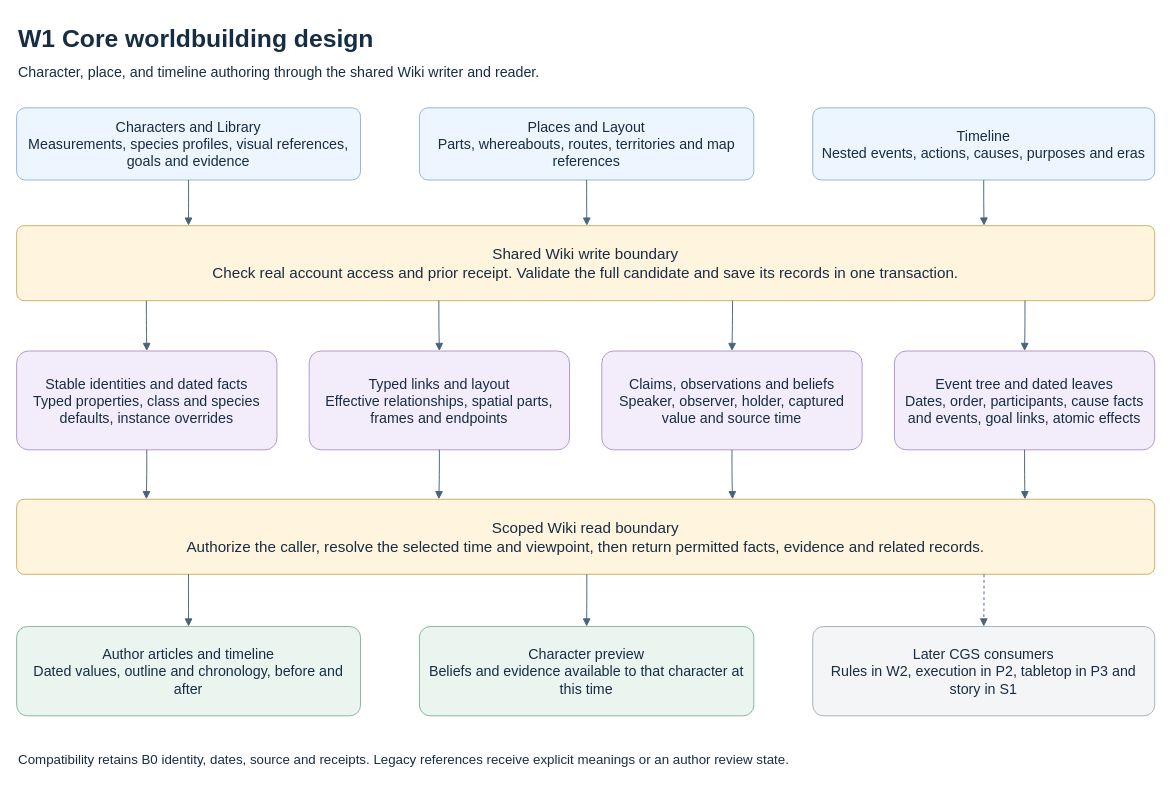
The draw.io diagram page "W1 Core worldbuilding design" (5 of 16) of docs/CGS_Codex_Local_Handoff/CGS_First_Playable_Architecture.drawio in DEVdaVinci/CGS-v1, before the edit. Source tidied: cells renumbered, new cells numbered last; positions are measured from the earlier drawing's top-left corner, leaving out a move shared by most shapes. Both pictures are drawn from the tidied source at 95%, with x=0, y=0 at pixel (16, 16).
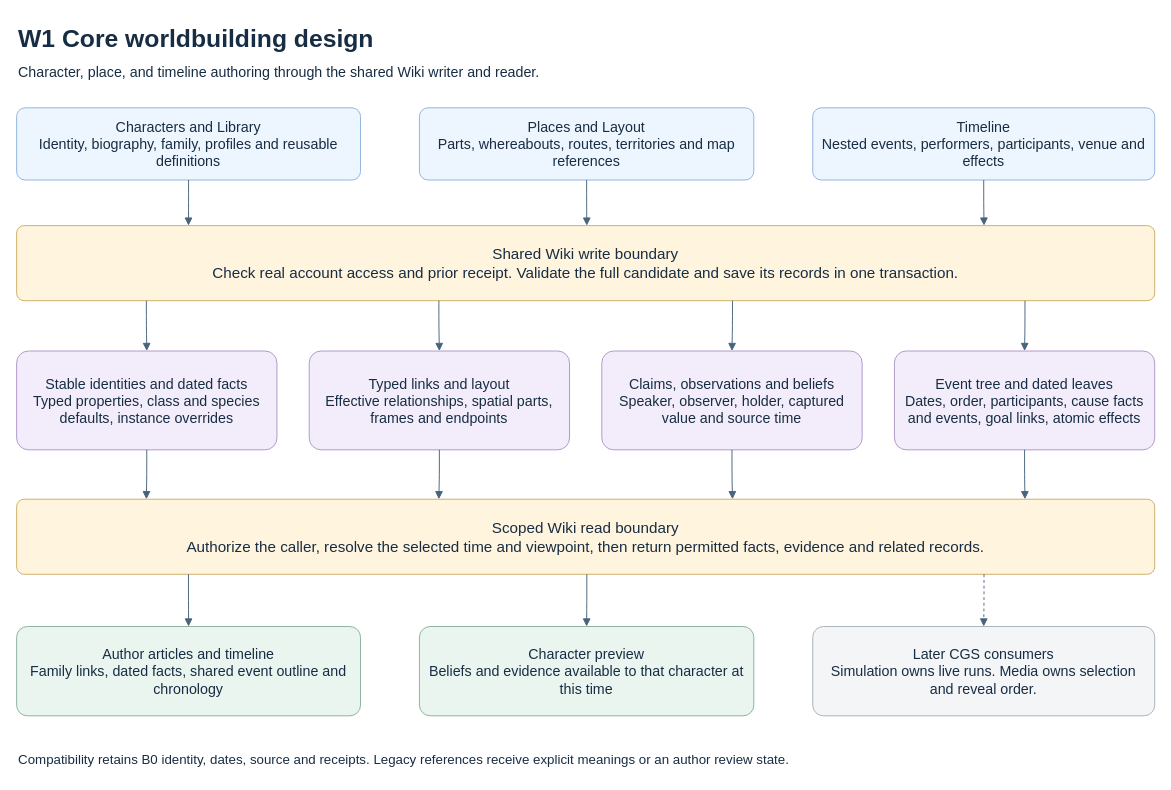
Above is the later version.

Diff of the diagram source:
```diff
@@
-    <mxCell id="4" value="Characters and Library&#10;Measurements, species profiles, visual references, goals and evidence" style="rounded=1;arcSize=12;whiteSpace=wrap;spacing=10;fontSize=15;fillColor=#EDF5FE;strokeColor=#8EB4DC;fontColor=#172D43;" parent="1" vertex="1">
+    <mxCell id="4" value="Characters and Library&#10;Identity, biography, family, profiles and reusable definitions" style="rounded=1;arcSize=12;whiteSpace=wrap;spacing=10;fontSize=15;fillColor=#EDF5FE;strokeColor=#8EB4DC;fontColor=#172D43;" parent="1" vertex="1">
       <mxGeometry y="96" width="362" height="76" as="geometry" />
     </mxCell>
@@
-    <mxCell id="6" value="Timeline&#10;Nested events, actions, causes, purposes and eras" style="rounded=1;arcSize=12;whiteSpace=wrap;spacing=10;fontSize=15;fillColor=#EDF5FE;strokeColor=#8EB4DC;fontColor=#172D43;" parent="1" vertex="1">
+    <mxCell id="6" value="Timeline&#10;Nested events, performers, participants, venue and effects" style="rounded=1;arcSize=12;whiteSpace=wrap;spacing=10;fontSize=15;fillColor=#EDF5FE;strokeColor=#8EB4DC;fontColor=#172D43;" parent="1" vertex="1">
       <mxGeometry x="838" y="96" width="360" height="76" as="geometry" />
     </mxCell>
@@
-    <mxCell id="13" value="Author articles and timeline&#10;Dated values, outline and chronology, before and after" style="rounded=1;arcSize=12;whiteSpace=wrap;spacing=8;fontSize=15;fillColor=#EAF5EF;strokeColor=#88B19C;fontColor=#172D43;" parent="1" vertex="1">
+    <mxCell id="13" value="Author articles and timeline&#10;Family links, dated facts, shared event outline and chronology" style="rounded=1;arcSize=12;whiteSpace=wrap;spacing=8;fontSize=15;fillColor=#EAF5EF;strokeColor=#88B19C;fontColor=#172D43;" parent="1" vertex="1">
       <mxGeometry y="642" width="362" height="94" as="geometry" />
     </mxCell>
@@
-    <mxCell id="15" value="Later CGS consumers&#10;Rules in W2, execution in P2, tabletop in P3 and story in S1" style="rounded=1;arcSize=12;whiteSpace=wrap;spacing=8;fontSize=15;fillColor=#F4F5F7;strokeColor=#A5B0BC;fontColor=#172D43;" parent="1" vertex="1">
+    <mxCell id="15" value="Later CGS consumers&#10;Simulation owns live runs. Media owns selection and reveal order." style="rounded=1;arcSize=12;whiteSpace=wrap;spacing=8;fontSize=15;fillColor=#F4F5F7;strokeColor=#A5B0BC;fontColor=#172D43;" parent="1" vertex="1">
       <mxGeometry x="838" y="642" width="360" height="94" as="geometry" />
     </mxCell>
```
